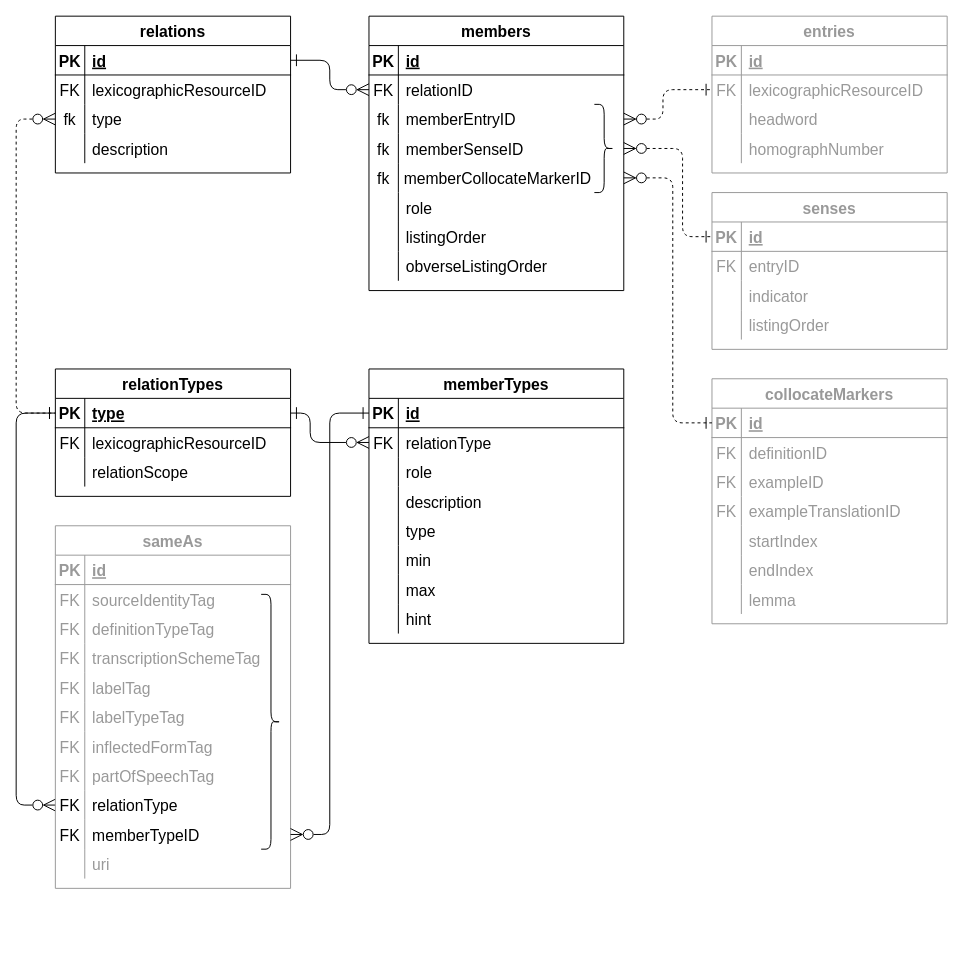
oasis-tcs/lexidma keeps this draw.io diagram as dmlex-v1.0/specification/serializations/RDB/databaseDiagrams/linking.drawio. Above is the earlier version. Source tidied: cells renumbered, new cells numbered last; positions are measured from the earlier drawing's top-left corner, leaving out a move shared by most shapes. Both pictures are drawn from the tidied source at 98%, with x=0, y=0 at pixel (16, 16).
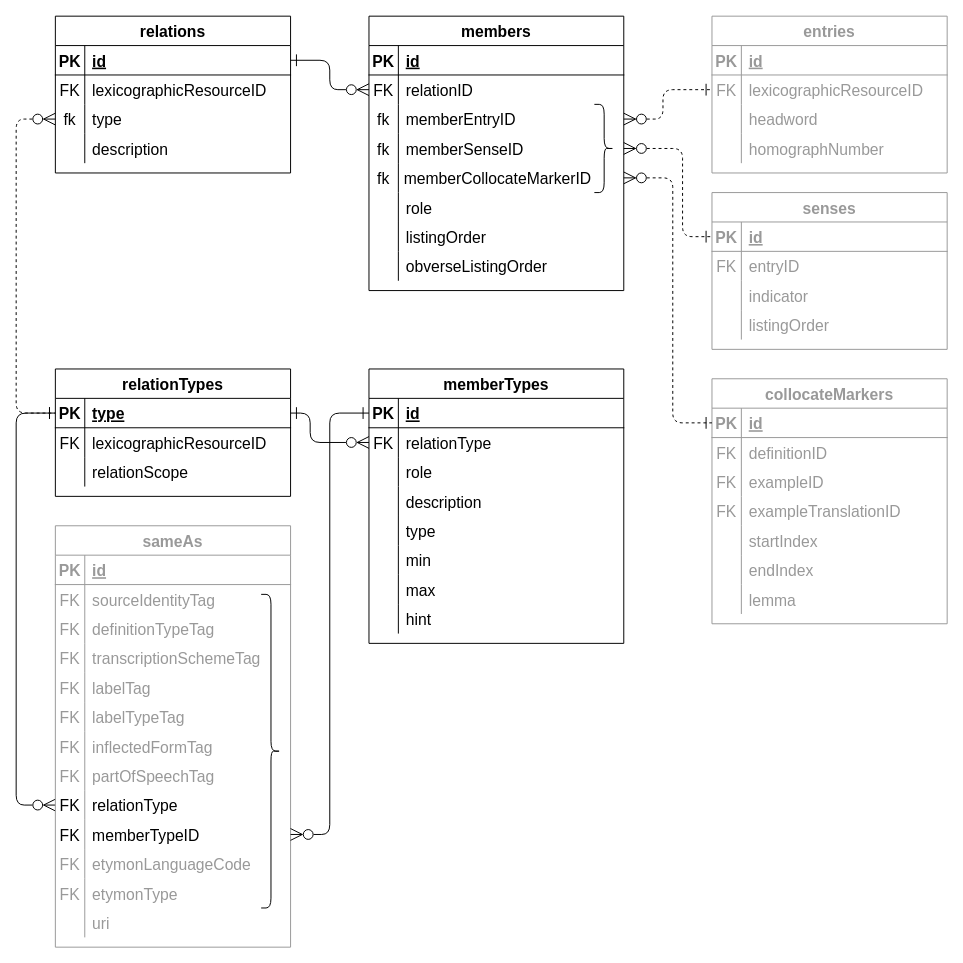
Above is the later version.

Change to the diagram source:
```diff
@@
     <mxCell id="131" value="sameAs" style="shape=table;startSize=30;childLayout=tableLayout;rowLines=0;fontStyle=1;align=center;fontSize=16;strokeColor=#999999;fontColor=#999999;" parent="1" vertex="1">
-      <mxGeometry x="40" y="520" width="240" height="370" as="geometry" />
+      <mxGeometry x="40" y="520" width="240" height="430" as="geometry" />
     </mxCell>
@@
+    <mxCell id="167" style="shape=tableRow;horizontal=0;startSize=0;swimlaneHead=0;swimlaneBody=0;fillColor=none;top=0;left=0;right=0;bottom=0;fontSize=16;strokeColor=#999999;fontColor=#999999;" parent="131" vertex="1">
+      <mxGeometry y="330" width="240" height="30" as="geometry" />
+    </mxCell>
+    <mxCell id="168" value="FK" style="shape=partialRectangle;fillColor=none;top=0;left=0;bottom=0;right=0;overflow=hidden;fontSize=16;strokeColor=#999999;fontColor=#999999;" parent="167" vertex="1">
+      <mxGeometry width="30" height="30" as="geometry" />
+    </mxCell>
+    <mxCell id="169" value="etymonLanguageCode" style="shape=partialRectangle;fillColor=none;top=0;left=0;bottom=0;right=0;align=left;spacingLeft=6;overflow=hidden;fontSize=16;strokeColor=#999999;fontColor=#999999;" parent="167" vertex="1">
+      <mxGeometry x="30" width="210" height="30" as="geometry" />
+    </mxCell>
+    <mxCell id="170" style="shape=tableRow;horizontal=0;startSize=0;swimlaneHead=0;swimlaneBody=0;fillColor=none;top=0;left=0;right=0;bottom=0;fontSize=16;strokeColor=#999999;fontColor=#999999;" parent="131" vertex="1">
+      <mxGeometry y="360" width="240" height="30" as="geometry" />
+    </mxCell>
+    <mxCell id="171" value="FK" style="shape=partialRectangle;fillColor=none;top=0;left=0;bottom=0;right=0;overflow=hidden;fontSize=16;strokeColor=#999999;fontColor=#999999;" parent="170" vertex="1">
+      <mxGeometry width="30" height="30" as="geometry" />
+    </mxCell>
+    <mxCell id="172" value="etymonType" style="shape=partialRectangle;fillColor=none;top=0;left=0;bottom=0;right=0;align=left;spacingLeft=6;overflow=hidden;fontSize=16;strokeColor=#999999;fontColor=#999999;" parent="170" vertex="1">
+      <mxGeometry x="30" width="210" height="30" as="geometry" />
+    </mxCell>
     <mxCell id="162" style="shape=tableRow;horizontal=0;startSize=0;swimlaneHead=0;swimlaneBody=0;fillColor=none;top=0;left=0;right=0;bottom=0;fontSize=16;strokeColor=#999999;fontColor=#999999;" parent="131" vertex="1">
-      <mxGeometry y="330" width="240" height="30" as="geometry" />
+      <mxGeometry y="390" width="240" height="30" as="geometry" />
     </mxCell>
@@
     <mxCell id="165" style="shape=curlyBracket;whiteSpace=wrap;html=1;rounded=1;flipH=1;strokeColor=#000000;fontFamily=Helvetica;fontSize=12;fontColor=#999999;" parent="1" vertex="1">
-      <mxGeometry x="250" y="590" width="20" height="260" as="geometry" />
+      <mxGeometry x="250" y="590" width="20" height="320" as="geometry" />
     </mxCell>
```
